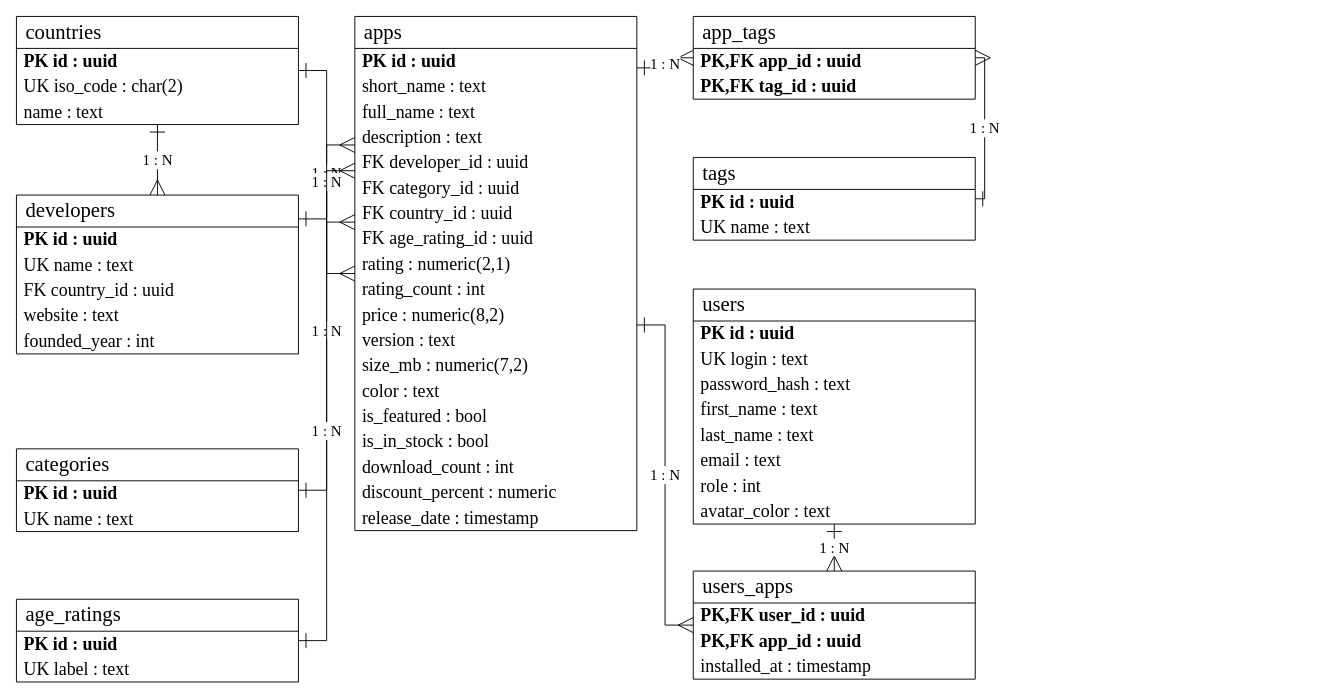
Above: docs/UML/erd.drawio in martim-x/AppStore (draw.io), before the change. Source tidied: cells renumbered, new cells numbered last; positions are measured from the earlier drawing's top-left corner, leaving out a move shared by most shapes. Both pictures are drawn from the tidied source at 94%, with x=0, y=0 at pixel (16, 16).
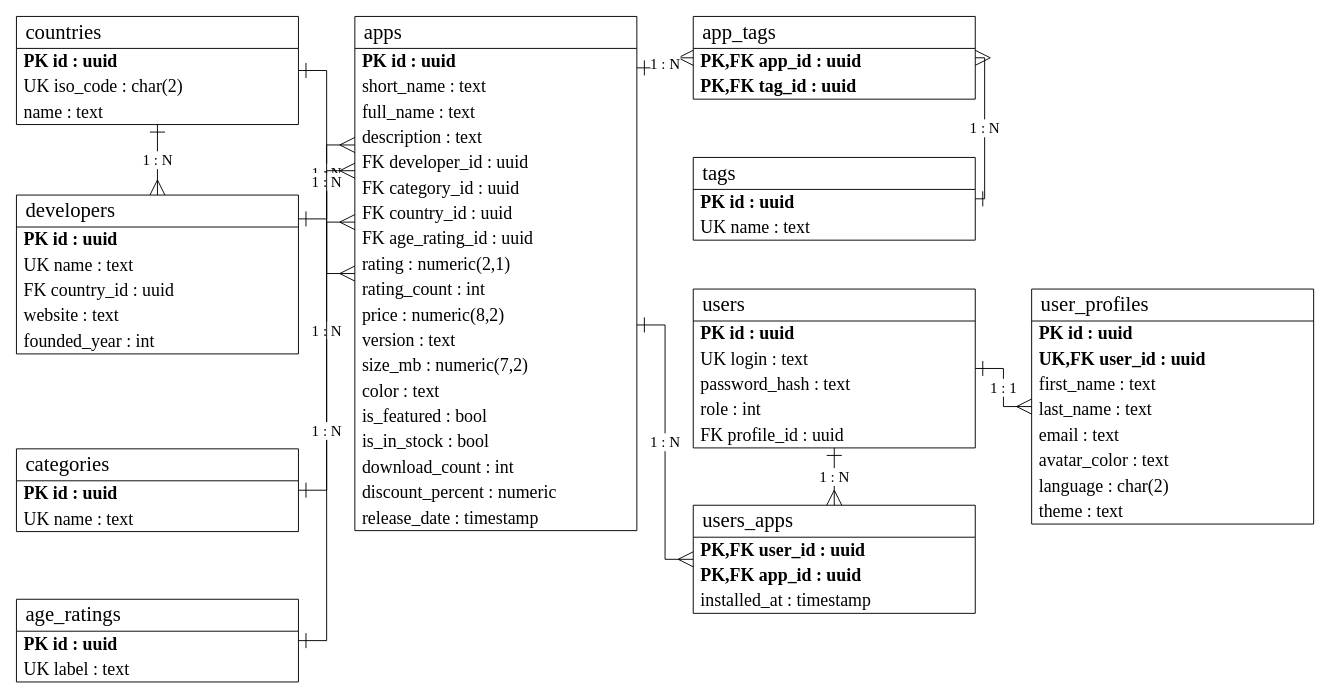
The same diagram, later.

Commit message (it also covers changes not shown here):
feat(profile): настройки интерфейса и профиль в user_profiles

The change refers to these unchanged cells:
```xml
<mxCell id="18" value="apps" style="shape=swimlane;html=1;startSize=34;fillColor=none;strokeColor=#000000;fontFamily=Times New Roman;fontSize=22;align=left;verticalAlign=middle;spacingLeft=8;swimlaneFillColor=none;" parent="1" vertex="1">
  <mxGeometry x="360" width="300" height="547" as="geometry" />
</mxCell>
```

What changed in the source:
```diff
@@
     <mxCell id="44" value="users" style="shape=swimlane;html=1;startSize=34;fillColor=none;strokeColor=#000000;fontFamily=Times New Roman;fontSize=22;align=left;verticalAlign=middle;spacingLeft=8;swimlaneFillColor=none;" parent="1" vertex="1">
-      <mxGeometry x="720" y="290" width="300" height="250" as="geometry" />
+      <mxGeometry x="720" y="290" width="300" height="169" as="geometry" />
     </mxCell>
@@
-    <mxCell id="48" value="    first_name : text" style="text;html=1;align=left;verticalAlign=middle;spacingLeft=6;fontFamily=Times New Roman;fontSize=19;strokeColor=none;fillColor=none;whiteSpace=nowrap;" parent="44" vertex="1">
+    <mxCell id="48" value="    role : int" style="text;html=1;align=left;verticalAlign=middle;spacingLeft=6;fontFamily=Times New Roman;fontSize=19;strokeColor=none;fillColor=none;whiteSpace=nowrap;" parent="44" vertex="1">
       <mxGeometry y="115" width="300" height="27" as="geometry" />
     </mxCell>
-    <mxCell id="49" value="    last_name : text" style="text;html=1;align=left;verticalAlign=middle;spacingLeft=6;fontFamily=Times New Roman;fontSize=19;strokeColor=none;fillColor=none;whiteSpace=nowrap;" parent="44" vertex="1">
+    <mxCell id="49" value="FK  profile_id : uuid" style="text;html=1;align=left;verticalAlign=middle;spacingLeft=6;fontFamily=Times New Roman;fontSize=19;strokeColor=none;fillColor=none;whiteSpace=nowrap;" parent="44" vertex="1">
       <mxGeometry y="142" width="300" height="27" as="geometry" />
     </mxCell>
+    <mxCell id="66" value="user_profiles" style="shape=swimlane;html=1;startSize=34;fillColor=none;strokeColor=#000000;fontFamily=Times New Roman;fontSize=22;align=left;verticalAlign=middle;spacingLeft=8;swimlaneFillColor=none;" parent="1" vertex="1">
+      <mxGeometry x="1080" y="290" width="300" height="250" as="geometry" />
+    </mxCell>
+    <mxCell id="67" value="PK  id : uuid" style="text;html=1;align=left;verticalAlign=middle;spacingLeft=6;fontFamily=Times New Roman;fontSize=19;strokeColor=none;fillColor=none;whiteSpace=nowrap;fontStyle=1;" parent="66" vertex="1">
+      <mxGeometry y="34" width="300" height="27" as="geometry" />
+    </mxCell>
+    <mxCell id="68" value="UK,FK  user_id : uuid" style="text;html=1;align=left;verticalAlign=middle;spacingLeft=6;fontFamily=Times New Roman;fontSize=19;strokeColor=none;fillColor=none;whiteSpace=nowrap;fontStyle=1;" parent="66" vertex="1">
+      <mxGeometry y="61" width="300" height="27" as="geometry" />
+    </mxCell>
+    <mxCell id="69" value="    first_name : text" style="text;html=1;align=left;verticalAlign=middle;spacingLeft=6;fontFamily=Times New Roman;fontSize=19;strokeColor=none;fillColor=none;whiteSpace=nowrap;" parent="66" vertex="1">
+      <mxGeometry y="88" width="300" height="27" as="geometry" />
+    </mxCell>
+    <mxCell id="70" value="    last_name : text" style="text;html=1;align=left;verticalAlign=middle;spacingLeft=6;fontFamily=Times New Roman;fontSize=19;strokeColor=none;fillColor=none;whiteSpace=nowrap;" parent="66" vertex="1">
+      <mxGeometry y="115" width="300" height="27" as="geometry" />
+    </mxCell>
-    <mxCell id="50" value="    email : text" style="text;html=1;align=left;verticalAlign=middle;spacingLeft=6;fontFamily=Times New Roman;fontSize=19;strokeColor=none;fillColor=none;whiteSpace=nowrap;" parent="44" vertex="1">
-      <mxGeometry y="169" width="300" height="27" as="geometry" />
+    <mxCell id="50" value="    email : text" style="text;html=1;align=left;verticalAlign=middle;spacingLeft=6;fontFamily=Times New Roman;fontSize=19;strokeColor=none;fillColor=none;whiteSpace=nowrap;" parent="66" vertex="1">
+      <mxGeometry y="142" width="300" height="27" as="geometry" />
     </mxCell>
-    <mxCell id="51" value="    role : int" style="text;html=1;align=left;verticalAlign=middle;spacingLeft=6;fontFamily=Times New Roman;fontSize=19;strokeColor=none;fillColor=none;whiteSpace=nowrap;" parent="44" vertex="1">
-      <mxGeometry y="196" width="300" height="27" as="geometry" />
-    </mxCell>
-    <mxCell id="52" value="    avatar_color : text" style="text;html=1;align=left;verticalAlign=middle;spacingLeft=6;fontFamily=Times New Roman;fontSize=19;strokeColor=none;fillColor=none;whiteSpace=nowrap;" parent="44" vertex="1">
-      <mxGeometry y="223" width="300" height="27" as="geometry" />
+    <mxCell id="52" value="    avatar_color : text" style="text;html=1;align=left;verticalAlign=middle;spacingLeft=6;fontFamily=Times New Roman;fontSize=19;strokeColor=none;fillColor=none;whiteSpace=nowrap;" parent="66" vertex="1">
+      <mxGeometry y="169" width="300" height="27" as="geometry" />
     </mxCell>
+    <mxCell id="71" value="    language : char(2)" style="text;html=1;align=left;verticalAlign=middle;spacingLeft=6;fontFamily=Times New Roman;fontSize=19;strokeColor=none;fillColor=none;whiteSpace=nowrap;" parent="66" vertex="1">
+      <mxGeometry y="196" width="300" height="27" as="geometry" />
+    </mxCell>
+    <mxCell id="72" value="    theme : text" style="text;html=1;align=left;verticalAlign=middle;spacingLeft=6;fontFamily=Times New Roman;fontSize=19;strokeColor=none;fillColor=none;whiteSpace=nowrap;" parent="66" vertex="1">
+      <mxGeometry y="223" width="300" height="27" as="geometry" />
+    </mxCell>
     <mxCell id="53" value="users_apps" style="shape=swimlane;html=1;startSize=34;fillColor=none;strokeColor=#000000;fontFamily=Times New Roman;fontSize=22;align=left;verticalAlign=middle;spacingLeft=8;swimlaneFillColor=none;" parent="1" vertex="1">
-      <mxGeometry x="720" y="590" width="300" height="115" as="geometry" />
+      <mxGeometry x="720" y="520" width="300" height="115" as="geometry" />
     </mxCell>
@@
-    <mxCell id="65" value="1 : N" style="edgeStyle=orthogonalEdgeStyle;rounded=0;html=1;fontFamily=Times New Roman;fontSize=16;labelBackgroundColor=#ffffff;exitX=1;exitY=0.6;exitDx=0;exitDy=0;entryX=0;entryY=0.5;entryDx=0;entryDy=0;startArrow=ERone;startFill=0;startSize=14;endArrow=ERmany;endFill=0;endSize=14;strokeColor=#000000;" parent="1" edge="1" source="18" target="53">
+    <mxCell id="65" value="1 : 1" style="edgeStyle=orthogonalEdgeStyle;rounded=0;html=1;fontFamily=Times New Roman;fontSize=16;labelBackgroundColor=#ffffff;exitX=1;exitY=0.5;exitDx=0;exitDy=0;entryX=0;entryY=0.5;entryDx=0;entryDy=0;startArrow=ERone;startFill=0;startSize=14;endArrow=ERmany;endFill=0;endSize=14;strokeColor=#000000;" parent="1" edge="1" source="44" target="66">
       <mxGeometry relative="1" as="geometry" />
     </mxCell>
+    <mxCell id="73" value="1 : N" style="edgeStyle=orthogonalEdgeStyle;rounded=0;html=1;fontFamily=Times New Roman;fontSize=16;labelBackgroundColor=#ffffff;exitX=1;exitY=0.6;exitDx=0;exitDy=0;entryX=0;entryY=0.5;entryDx=0;entryDy=0;startArrow=ERone;startFill=0;startSize=14;endArrow=ERmany;endFill=0;endSize=14;strokeColor=#000000;" parent="1" edge="1" source="18" target="53">
+      <mxGeometry relative="1" as="geometry" />
+    </mxCell>
```
